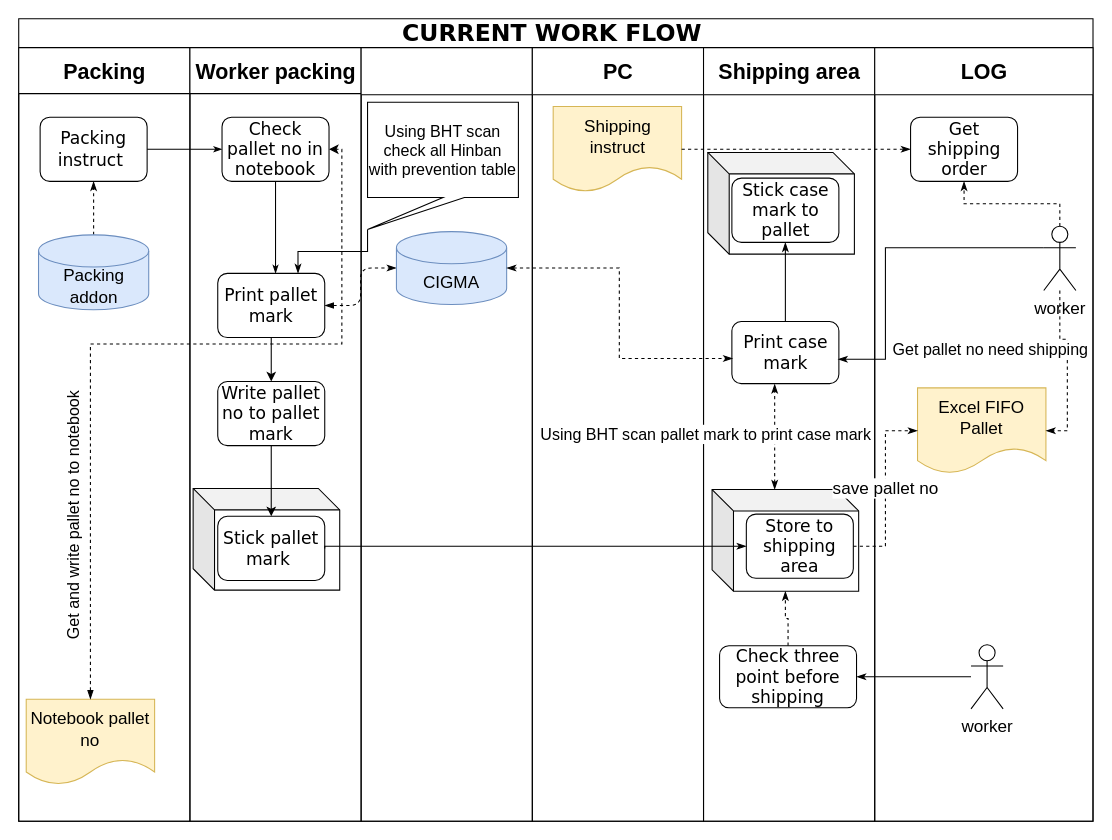
The draw.io diagram page "Current" (1 of 2) of work flow current fifo.drawio in dreegoo/hellotoken, before the edit. Source tidied: cells renumbered, new cells numbered last; positions are measured from the earlier drawing's top-left corner, leaving out a move shared by most shapes. Both pictures are drawn from the tidied source at 107%, with x=0, y=0 at pixel (18, 18).
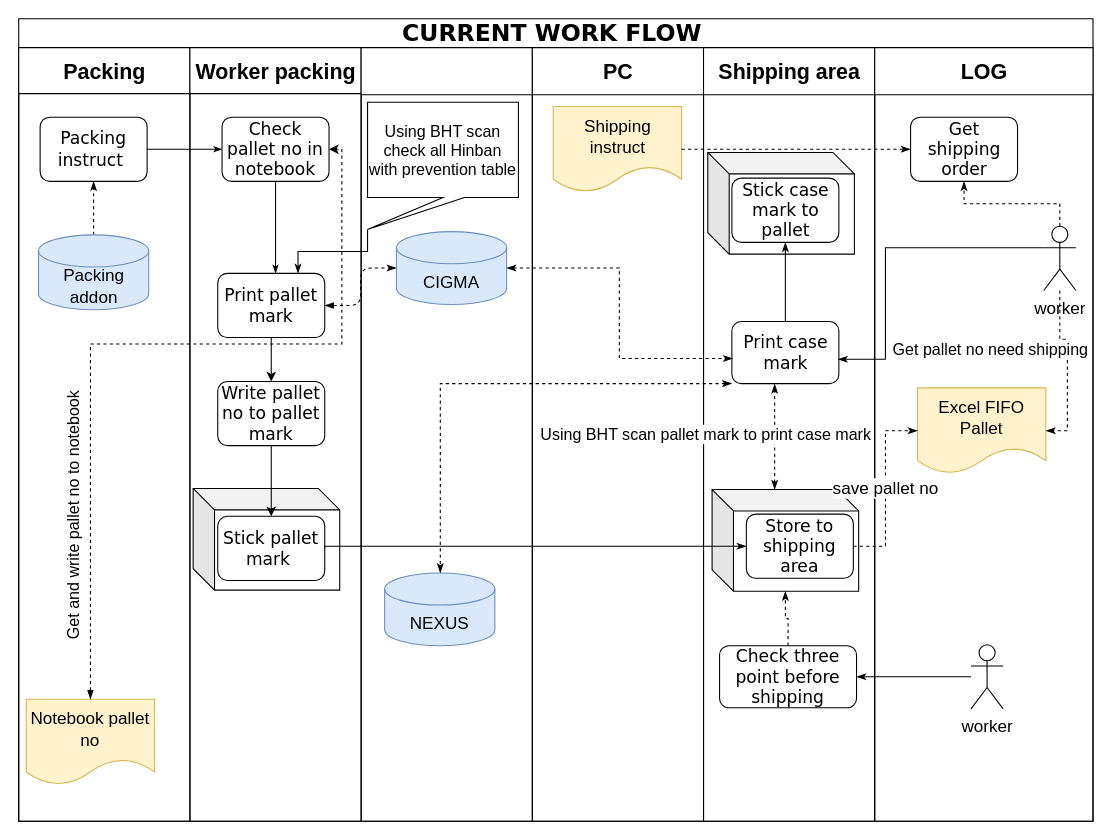
Above is the later version.

Unchanged cells that the change refers to:
```xml
<mxCell id="31" value="Print case mark" style="rounded=1;whiteSpace=wrap;html=1;shadow=0;labelBackgroundColor=none;strokeWidth=1;fontFamily=Verdana;fontSize=16;align=center;fontStyle=0;" parent="25" vertex="1">
  <mxGeometry x="26.5" y="256" width="100" height="58" as="geometry" />
</mxCell>
```

The edit, as a diff of the source:
```diff
@@
+    <mxCell id="51" value="NEXUS" style="shape=cylinder3;whiteSpace=wrap;html=1;boundedLbl=1;backgroundOutline=1;size=15;fontSize=16;align=center;labelBackgroundColor=none;fillColor=#dae8fc;strokeColor=#6c8ebf;" parent="1" vertex="1">
+      <mxGeometry x="342" y="518" width="103" height="68" as="geometry" />
+    </mxCell>
+    <mxCell id="52" style="edgeStyle=orthogonalEdgeStyle;rounded=0;jettySize=auto;html=1;exitX=0;exitY=1;exitDx=0;exitDy=0;dashed=1;startArrow=classicThin;startFill=1;endArrow=classicThin;endFill=1;fontSize=15;" parent="1" edge="1" source="31" target="51">
+      <mxGeometry relative="1" as="geometry">
+        <Array as="points">
+          <mxPoint x="394" y="341" />
+        </Array>
+      </mxGeometry>
+    </mxCell>
```
